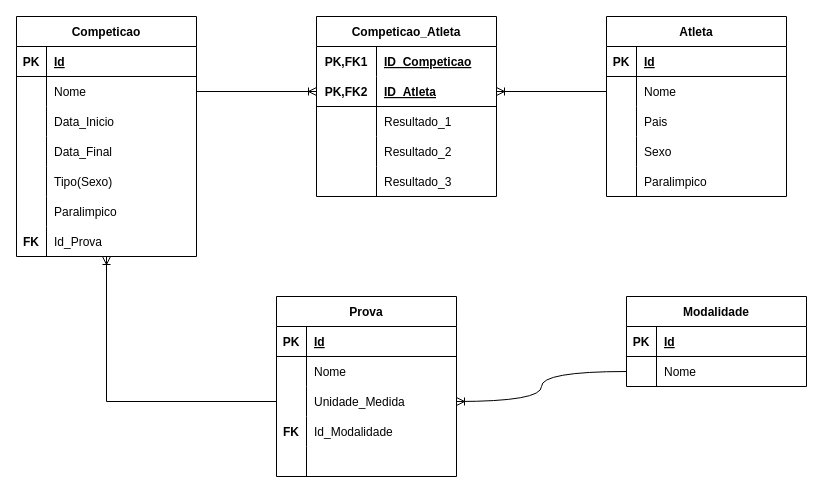
Above: banco/api_ev_cob.drawio in raphacp/api_ev_cob (draw.io), before the change. Source tidied: cells renumbered, new cells numbered last; positions are measured from the earlier drawing's top-left corner, leaving out a move shared by most shapes. Both pictures are drawn from the tidied source at 100%, with x=0, y=0 at pixel (16, 16).
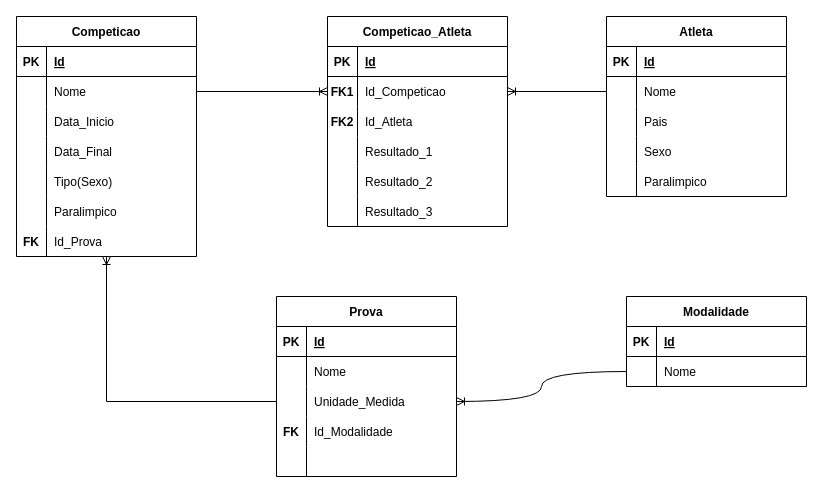
After the change.

Commit message (it also covers changes not shown here):
Implementacao de competicao_atleta - CRUD funcionando

Unchanged cells that the change refers to:
```xml
<mxCell id="6" style="shape=tableRow;horizontal=0;startSize=0;swimlaneHead=0;swimlaneBody=0;fillColor=none;points=[[0,0.5],[1,0.5]];portConstraint=eastwest;top=0;left=0;right=0;bottom=0;" parent="2" vertex="1">
  <mxGeometry y="60" width="180" height="30" as="geometry" />
</mxCell>
<mxCell id="28" style="shape=tableRow;horizontal=0;startSize=0;swimlaneHead=0;swimlaneBody=0;fillColor=none;points=[[0,0.5],[1,0.5]];portConstraint=eastwest;top=0;left=0;right=0;bottom=0;" parent="24" vertex="1">
  <mxGeometry y="60" width="180" height="30" as="geometry" />
</mxCell>
```

Change to the diagram source:
```diff
@@
-    <mxCell id="63" value="Competicao_Atleta" style="shape=table;startSize=30;childLayout=tableLayout;rowLines=0;fontStyle=1;align=center;" parent="1" vertex="1">
-      <mxGeometry x="300" width="180" height="180" as="geometry" />
-    </mxCell>
-    <mxCell id="64" style="shape=tableRow;horizontal=0;startSize=0;swimlaneHead=0;swimlaneBody=0;fillColor=none;top=0;left=0;right=0;bottom=0;" parent="63" vertex="1">
-      <mxGeometry y="30" width="180" height="30" as="geometry" />
-    </mxCell>
-    <mxCell id="65" value="PK,FK1" style="shape=partialRectangle;fillColor=none;top=0;left=0;bottom=0;right=0;fontStyle=1;overflow=hidden;" parent="64" vertex="1">
-      <mxGeometry width="60" height="30" as="geometry" />
-    </mxCell>
-    <mxCell id="66" value="ID_Competicao" style="shape=partialRectangle;fillColor=none;top=0;left=0;bottom=0;right=0;align=left;spacingLeft=6;fontStyle=5;overflow=hidden;" parent="64" vertex="1">
-      <mxGeometry x="60" width="120" height="30" as="geometry" />
-    </mxCell>
-    <mxCell id="67" style="shape=tableRow;horizontal=0;startSize=0;swimlaneHead=0;swimlaneBody=0;fillColor=none;points=[[0,0.5],[1,0.5]];portConstraint=eastwest;top=0;left=0;right=0;bottom=1;" parent="63" vertex="1">
-      <mxGeometry y="60" width="180" height="30" as="geometry" />
-    </mxCell>
-    <mxCell id="68" value="PK,FK2" style="shape=partialRectangle;fillColor=none;top=0;left=0;bottom=0;right=0;fontStyle=1;overflow=hidden;" parent="67" vertex="1">
-      <mxGeometry width="60" height="30" as="geometry" />
-    </mxCell>
-    <mxCell id="69" value="ID_Atleta" style="shape=partialRectangle;fillColor=none;top=0;left=0;bottom=0;right=0;align=left;spacingLeft=6;fontStyle=5;overflow=hidden;" parent="67" vertex="1">
-      <mxGeometry x="60" width="120" height="30" as="geometry" />
-    </mxCell>
-    <mxCell id="70" style="shape=tableRow;horizontal=0;startSize=0;swimlaneHead=0;swimlaneBody=0;fillColor=none;top=0;left=0;right=0;bottom=0;" parent="63" vertex="1">
-      <mxGeometry y="90" width="180" height="30" as="geometry" />
-    </mxCell>
-    <mxCell id="71" style="shape=partialRectangle;fillColor=none;top=0;left=0;bottom=0;right=0;overflow=hidden;" parent="70" vertex="1">
-      <mxGeometry width="60" height="30" as="geometry" />
-    </mxCell>
-    <mxCell id="72" value="Resultado_1" style="shape=partialRectangle;fillColor=none;top=0;left=0;bottom=0;right=0;align=left;spacingLeft=6;overflow=hidden;" parent="70" vertex="1">
-      <mxGeometry x="60" width="120" height="30" as="geometry" />
-    </mxCell>
-    <mxCell id="73" style="shape=tableRow;horizontal=0;startSize=0;swimlaneHead=0;swimlaneBody=0;fillColor=none;top=0;left=0;right=0;bottom=0;" parent="63" vertex="1">
-      <mxGeometry y="120" width="180" height="30" as="geometry" />
-    </mxCell>
-    <mxCell id="74" style="shape=partialRectangle;fillColor=none;top=0;left=0;bottom=0;right=0;overflow=hidden;" parent="73" vertex="1">
-      <mxGeometry width="60" height="30" as="geometry" />
-    </mxCell>
-    <mxCell id="75" value="Resultado_2" style="shape=partialRectangle;fillColor=none;top=0;left=0;bottom=0;right=0;align=left;spacingLeft=6;overflow=hidden;" parent="73" vertex="1">
-      <mxGeometry x="60" width="120" height="30" as="geometry" />
-    </mxCell>
-    <mxCell id="76" style="shape=tableRow;horizontal=0;startSize=0;swimlaneHead=0;swimlaneBody=0;fillColor=none;top=0;left=0;right=0;bottom=0;" parent="63" vertex="1">
-      <mxGeometry y="150" width="180" height="30" as="geometry" />
-    </mxCell>
-    <mxCell id="77" style="shape=partialRectangle;fillColor=none;top=0;left=0;bottom=0;right=0;overflow=hidden;" parent="76" vertex="1">
-      <mxGeometry width="60" height="30" as="geometry" />
-    </mxCell>
-    <mxCell id="78" value="Resultado_3" style="shape=partialRectangle;fillColor=none;top=0;left=0;bottom=0;right=0;align=left;spacingLeft=6;overflow=hidden;" parent="76" vertex="1">
-      <mxGeometry x="60" width="120" height="30" as="geometry" />
-    </mxCell>
@@
-    <mxCell id="81" style="fontSize=12;html=1;endArrow=ERoneToMany;rounded=0;exitX=1;exitY=0.5;exitDx=0;exitDy=0;entryX=0;entryY=0.5;entryDx=0;entryDy=0;" parent="1" edge="1" source="6" target="67">
+    <mxCell id="81" style="fontSize=12;html=1;endArrow=ERoneToMany;rounded=0;exitX=1;exitY=0.5;exitDx=0;exitDy=0;entryX=0;entryY=0.5;entryDx=0;entryDy=0;" parent="1" edge="1" source="6" target="86">
       <mxGeometry relative="1" as="geometry" />
     </mxCell>
-    <mxCell id="82" style="fontSize=12;html=1;endArrow=ERoneToMany;rounded=0;exitX=0;exitY=0.5;exitDx=0;exitDy=0;entryX=1;entryY=0.5;entryDx=0;entryDy=0;" parent="1" edge="1" source="28" target="67">
+    <mxCell id="82" style="fontSize=12;html=1;endArrow=ERoneToMany;rounded=0;exitX=0;exitY=0.5;exitDx=0;exitDy=0;entryX=1;entryY=0.5;entryDx=0;entryDy=0;" parent="1" edge="1" source="28" target="86">
       <mxGeometry relative="1" as="geometry" />
     </mxCell>
+    <mxCell id="63" value="Competicao_Atleta" style="shape=table;startSize=30;childLayout=tableLayout;rowLines=0;fontStyle=1;align=center;" parent="1" vertex="1">
+      <mxGeometry x="311" width="180" height="210" as="geometry" />
+    </mxCell>
+    <mxCell id="83" style="shape=tableRow;horizontal=0;startSize=0;swimlaneHead=0;swimlaneBody=0;fillColor=none;top=0;left=0;right=0;bottom=1;" parent="63" vertex="1">
+      <mxGeometry y="30" width="180" height="30" as="geometry" />
+    </mxCell>
+    <mxCell id="84" value="PK" style="shape=partialRectangle;fillColor=none;top=0;left=0;bottom=0;right=0;fontStyle=1;overflow=hidden;" parent="83" vertex="1">
+      <mxGeometry width="30" height="30" as="geometry" />
+    </mxCell>
+    <mxCell id="85" value="Id" style="shape=partialRectangle;fillColor=none;top=0;left=0;bottom=0;right=0;align=left;spacingLeft=6;fontStyle=5;overflow=hidden;" parent="83" vertex="1">
+      <mxGeometry x="30" width="150" height="30" as="geometry" />
+    </mxCell>
+    <mxCell id="86" style="shape=tableRow;horizontal=0;startSize=0;swimlaneHead=0;swimlaneBody=0;fillColor=none;points=[[0,0.5],[1,0.5]];portConstraint=eastwest;top=0;left=0;right=0;bottom=0;" parent="63" vertex="1">
+      <mxGeometry y="60" width="180" height="30" as="geometry" />
+    </mxCell>
+    <mxCell id="87" value="FK1" style="shape=partialRectangle;fillColor=none;top=0;left=0;bottom=0;right=0;overflow=hidden;fontStyle=1;" parent="86" vertex="1">
+      <mxGeometry width="30" height="30" as="geometry" />
+    </mxCell>
+    <mxCell id="88" value="Id_Competicao" style="shape=partialRectangle;fillColor=none;top=0;left=0;bottom=0;right=0;align=left;spacingLeft=6;overflow=hidden;" parent="86" vertex="1">
+      <mxGeometry x="30" width="150" height="30" as="geometry" />
+    </mxCell>
+    <mxCell id="70" style="shape=tableRow;horizontal=0;startSize=0;swimlaneHead=0;swimlaneBody=0;fillColor=none;top=0;left=0;right=0;bottom=0;" parent="63" vertex="1">
+      <mxGeometry y="90" width="180" height="30" as="geometry" />
+    </mxCell>
+    <mxCell id="89" value="FK2" style="shape=partialRectangle;fillColor=none;top=0;left=0;bottom=0;right=0;overflow=hidden;fontStyle=1;" parent="70" vertex="1">
+      <mxGeometry width="30" height="30" as="geometry" />
+    </mxCell>
+    <mxCell id="90" value="Id_Atleta" style="shape=partialRectangle;fillColor=none;top=0;left=0;bottom=0;right=0;align=left;spacingLeft=6;overflow=hidden;" parent="70" vertex="1">
+      <mxGeometry x="30" width="150" height="30" as="geometry" />
+    </mxCell>
+    <mxCell id="73" style="shape=tableRow;horizontal=0;startSize=0;swimlaneHead=0;swimlaneBody=0;fillColor=none;top=0;left=0;right=0;bottom=0;" parent="63" vertex="1">
+      <mxGeometry y="120" width="180" height="30" as="geometry" />
+    </mxCell>
+    <mxCell id="91" style="shape=partialRectangle;fillColor=none;top=0;left=0;bottom=0;right=0;overflow=hidden;" parent="73" vertex="1">
+      <mxGeometry width="30" height="30" as="geometry" />
+    </mxCell>
+    <mxCell id="72" value="Resultado_1" style="shape=partialRectangle;fillColor=none;top=0;left=0;bottom=0;right=0;align=left;spacingLeft=6;overflow=hidden;" parent="73" vertex="1">
+      <mxGeometry x="30" width="150" height="30" as="geometry" />
+    </mxCell>
+    <mxCell id="76" style="shape=tableRow;horizontal=0;startSize=0;swimlaneHead=0;swimlaneBody=0;fillColor=none;top=0;left=0;right=0;bottom=0;" parent="63" vertex="1">
+      <mxGeometry y="150" width="180" height="30" as="geometry" />
+    </mxCell>
+    <mxCell id="92" style="shape=partialRectangle;fillColor=none;top=0;left=0;bottom=0;right=0;overflow=hidden;" parent="76" vertex="1">
+      <mxGeometry width="30" height="30" as="geometry" />
+    </mxCell>
+    <mxCell id="75" value="Resultado_2" style="shape=partialRectangle;fillColor=none;top=0;left=0;bottom=0;right=0;align=left;spacingLeft=6;overflow=hidden;" parent="76" vertex="1">
+      <mxGeometry x="30" width="150" height="30" as="geometry" />
+    </mxCell>
+    <mxCell id="93" style="shape=tableRow;horizontal=0;startSize=0;swimlaneHead=0;swimlaneBody=0;fillColor=none;top=0;left=0;right=0;bottom=0;" parent="63" vertex="1">
+      <mxGeometry y="180" width="180" height="30" as="geometry" />
+    </mxCell>
+    <mxCell id="94" style="shape=partialRectangle;fillColor=none;top=0;left=0;bottom=0;right=0;overflow=hidden;" parent="93" vertex="1">
+      <mxGeometry width="30" height="30" as="geometry" />
+    </mxCell>
+    <mxCell id="78" value="Resultado_3" style="shape=partialRectangle;fillColor=none;top=0;left=0;bottom=0;right=0;align=left;spacingLeft=6;overflow=hidden;" parent="93" vertex="1">
+      <mxGeometry x="30" width="150" height="30" as="geometry" />
+    </mxCell>
```
